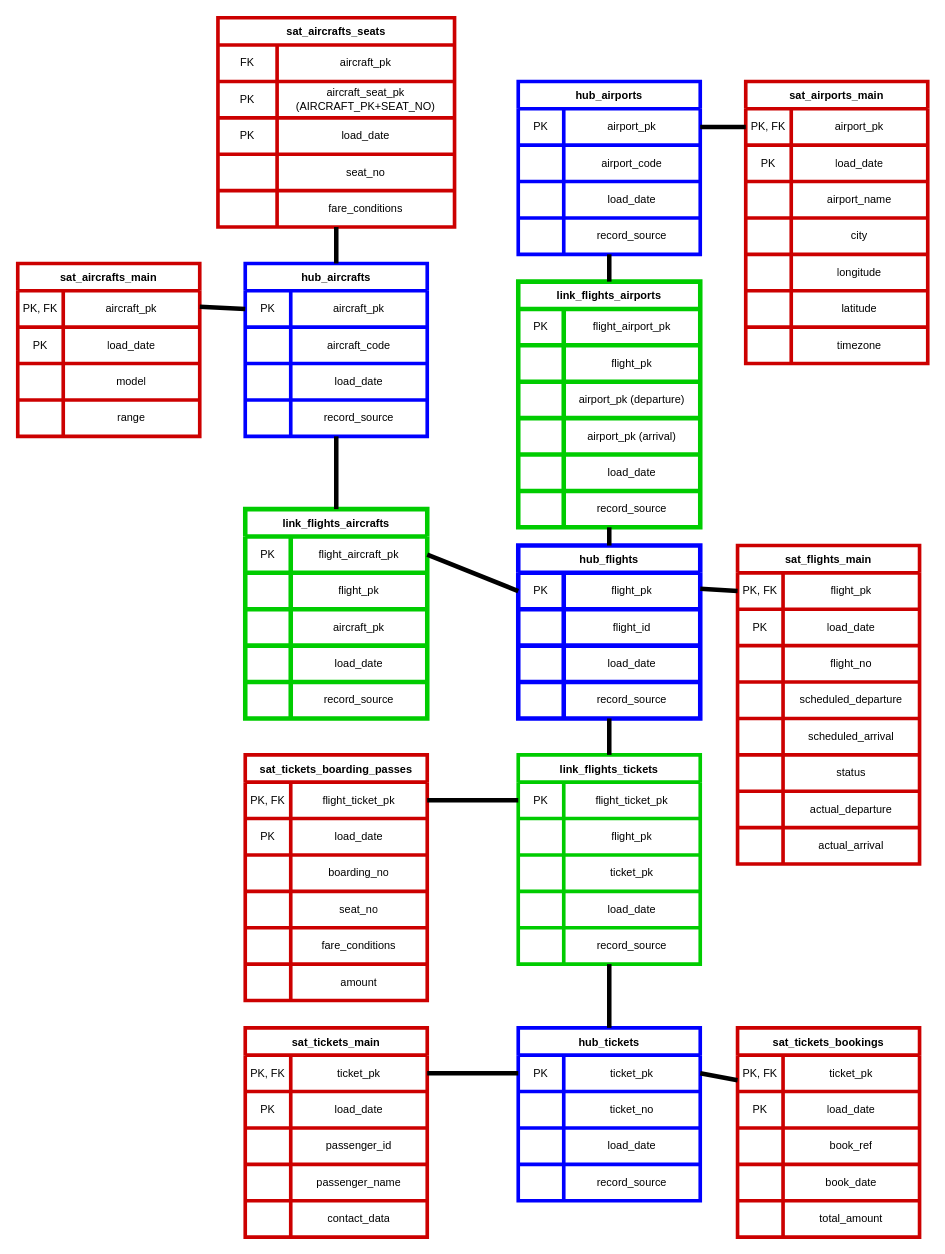
Before: 1/1.drawio in GreatLanser/DBT-DataVault_project, a draw.io diagram. Source tidied: cells renumbered, new cells numbered last; positions are measured from the earlier drawing's top-left corner, leaving out a move shared by most shapes. Both pictures are drawn from the tidied source at 91%, with x=0, y=0 at pixel (17, 17).
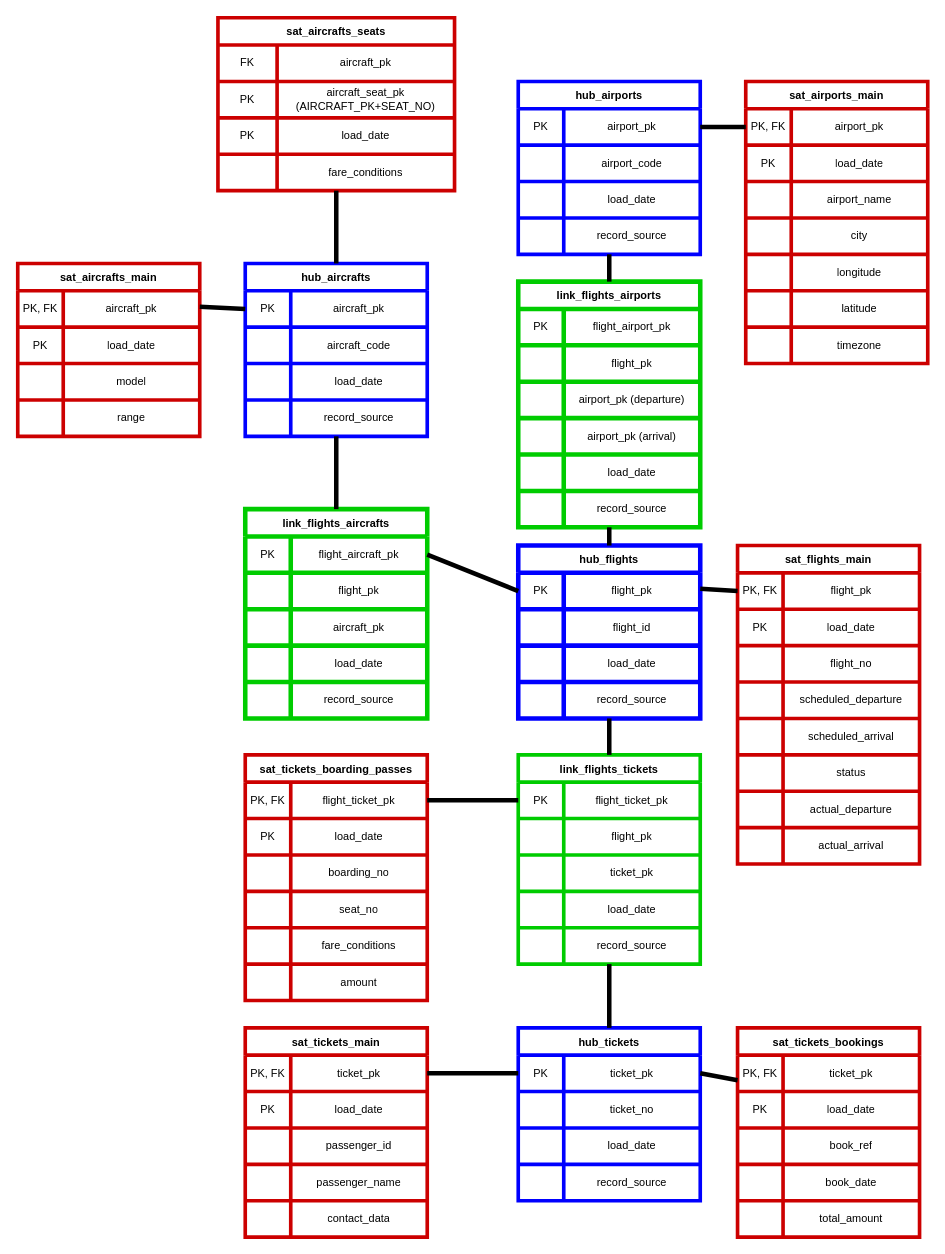
Above is the later version.

Change to the diagram source:
```diff
@@
     <mxCell id="216" value="sat_aircrafts_seats" style="shape=table;startSize=30;childLayout=tableLayout;fontStyle=1;align=center;strokeColor=#CC0000;strokeWidth=4;" parent="1" vertex="1">
-      <mxGeometry x="220" width="260" height="230" as="geometry" />
+      <mxGeometry x="220" width="260" height="190" as="geometry" />
     </mxCell>
@@
-    <mxCell id="226" style="shape=tableRow;horizontal=0;startSize=0;swimlaneHead=0;swimlaneBody=0;top=0;left=0;bottom=0;right=0;fillColor=none;strokeColor=#CC0000;strokeWidth=4;" parent="216" vertex="1">
-      <mxGeometry y="150" width="260" height="40" as="geometry" />
-    </mxCell>
-    <mxCell id="227" style="shape=partialRectangle;html=1;whiteSpace=wrap;fillColor=none;top=0;left=0;bottom=0;right=0;overflow=hidden;strokeColor=#CC0000;strokeWidth=4;" parent="226" vertex="1">
-      <mxGeometry width="65" height="40" as="geometry" />
-    </mxCell>
-    <mxCell id="228" value="seat_no" style="shape=partialRectangle;html=1;whiteSpace=wrap;fillColor=none;top=0;left=0;bottom=0;right=0;overflow=hidden;strokeColor=#CC0000;strokeWidth=4;" parent="226" vertex="1">
-      <mxGeometry x="65" width="195" height="40" as="geometry" />
-    </mxCell>
     <mxCell id="229" style="shape=tableRow;horizontal=0;startSize=0;swimlaneHead=0;swimlaneBody=0;top=0;left=0;bottom=0;right=0;fillColor=none;strokeColor=#CC0000;strokeWidth=4;" parent="216" vertex="1">
-      <mxGeometry y="190" width="260" height="40" as="geometry" />
+      <mxGeometry y="150" width="260" height="40" as="geometry" />
     </mxCell>
```
